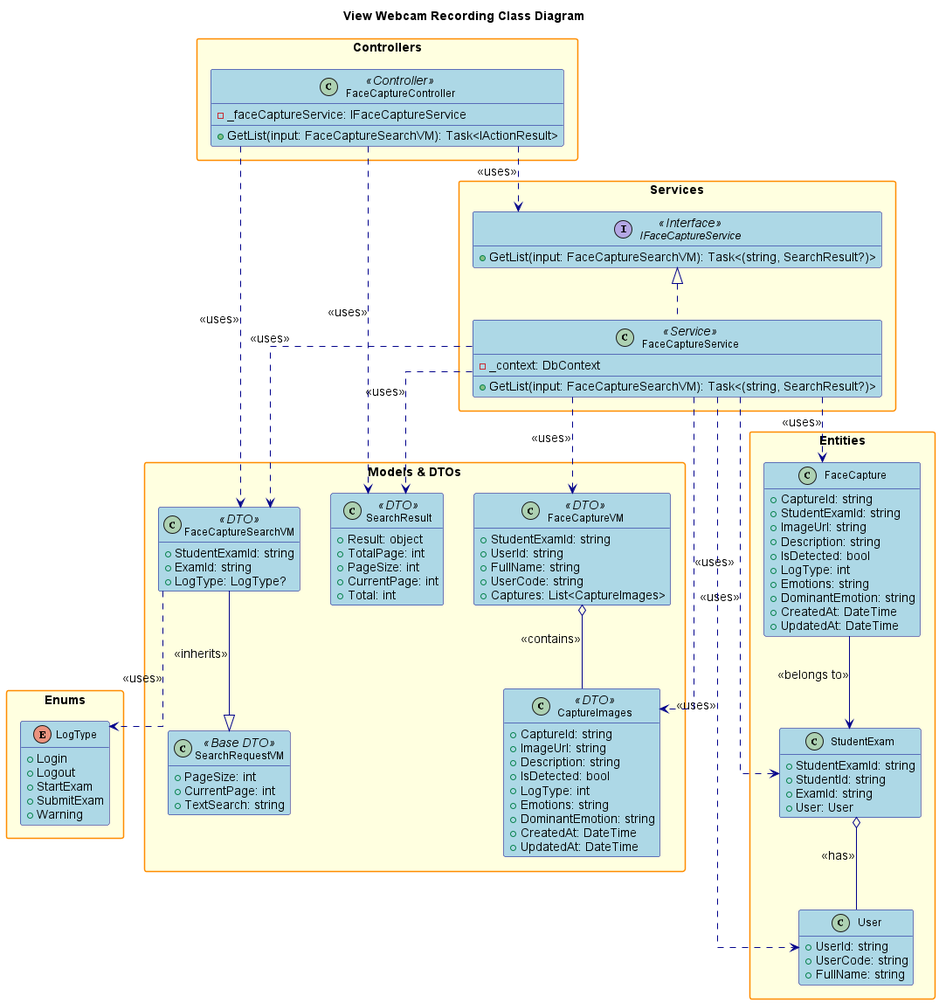
Above: design/out/viewwebcamrecording/viewwebcamrecording.png in conghoan1211/AI-Kiosk-Testing-system (PlantUML), before the change. Source of this version:
```plantuml
@startuml

title View Webcam Recording Class Diagram

hide empty members
skinparam packageStyle rectangle
skinparam linetype ortho
skinparam defaultFontSize 14
skinparam defaultFontName Arial
skinparam classFontSize 12
skinparam classFontName Arial
skinparam noteFontSize 11
skinparam noteFontName Arial

skinparam class {
    BackgroundColor LightBlue
    BorderColor DarkBlue
    ArrowColor DarkBlue
    FontSize 12
}

skinparam package {
    BackgroundColor LightYellow
    BorderColor DarkOrange
    FontSize 14
    FontStyle bold
}

skinparam interface {
    BackgroundColor LightGreen
    BorderColor DarkGreen
    FontSize 12
}

skinparam enum {
    BackgroundColor LightCyan
    BorderColor DarkCyan
    FontSize 12
}

package "Controllers" {
    class FaceCaptureController <<Controller>> {
        - _faceCaptureService: IFaceCaptureService
        + GetList(input: FaceCaptureSearchVM): Task<IActionResult>
    }
}

package "Services" {
    interface IFaceCaptureService <<Interface>> {
        + GetList(input: FaceCaptureSearchVM): Task<(string, SearchResult?)>
    }
    class FaceCaptureService <<Service>> {
        - _context: DbContext
        + GetList(input: FaceCaptureSearchVM): Task<(string, SearchResult?)>
    }
}

package "Models & DTOs" {
    class FaceCaptureSearchVM <<DTO>> {
        + StudentExamId: string
        + ExamId: string
        + LogType: LogType?
    }
    class SearchRequestVM <<Base DTO>> {
        + PageSize: int
        + CurrentPage: int
        + TextSearch: string
    }
    class FaceCaptureVM <<DTO>> {
        + StudentExamId: string
        + UserId: string
        + FullName: string
        + UserCode: string
        + Captures: List<CaptureImages>
    }
    class CaptureImages <<DTO>> {
        + CaptureId: string
        + ImageUrl: string
        + Description: string
        + IsDetected: bool
        + LogType: int
        + Emotions: string
        + DominantEmotion: string
        + CreatedAt: DateTime
        + UpdatedAt: DateTime
    }
    class SearchResult <<DTO>> {
        + Result: object
        + TotalPage: int
        + PageSize: int
        + CurrentPage: int
        + Total: int
    }
}

package "Entities" {
    class FaceCapture {
        + CaptureId: string
        + StudentExamId: string
        + ImageUrl: string
        + Description: string
        + IsDetected: bool
        + LogType: int
        + Emotions: string
        + DominantEmotion: string
        + CreatedAt: DateTime
        + UpdatedAt: DateTime
    }
    class StudentExam {
        + StudentExamId: string
        + StudentId: string
        + ExamId: string
        + User: User
    }
    class User {
        + UserId: string
        + UserCode: string
        + FullName: string
    }
}

package "Enums" {
    enum LogType {
        + Login
        + Logout
        + StartExam
        + SubmitExam
        + Warning
    }
}

FaceCaptureController ..> IFaceCaptureService : <<uses>>
FaceCaptureController ..> FaceCaptureSearchVM : <<uses>>
FaceCaptureController ..> SearchResult : <<uses>>

IFaceCaptureService <|.. FaceCaptureService
FaceCaptureService ..> FaceCapture : <<uses>>
FaceCaptureService ..> StudentExam : <<uses>>
FaceCaptureService ..> User : <<uses>>
FaceCaptureService ..> FaceCaptureSearchVM : <<uses>>
FaceCaptureService ..> SearchResult : <<uses>>
FaceCaptureService ..> FaceCaptureVM : <<uses>>
FaceCaptureService ..> CaptureImages : <<uses>>

FaceCaptureSearchVM --|> SearchRequestVM : <<inherits>>
FaceCaptureSearchVM ..> LogType : <<uses>>

FaceCapture --> StudentExam : <<belongs to>>
StudentExam o-- User : <<has>>
FaceCaptureVM o-- CaptureImages : <<contains>>

@enduml
```
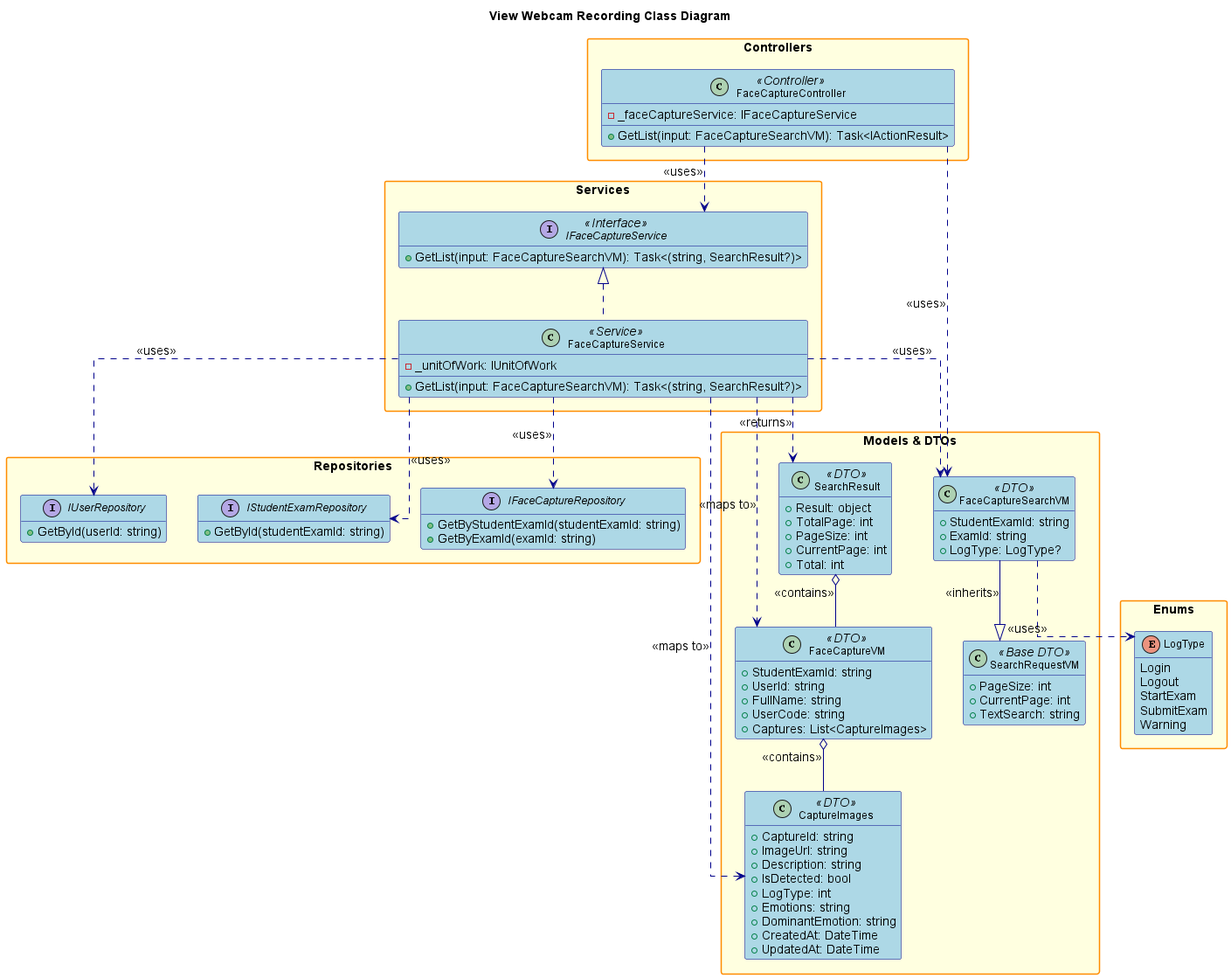
The same file after the commit.

The edit, as a diff of the source:
```diff
@@ -50,8 +50,21 @@
         + GetList(input: FaceCaptureSearchVM): Task<(string, SearchResult?)>
     }
     class FaceCaptureService <<Service>> {
-        - _context: DbContext
+        - _unitOfWork: IUnitOfWork
         + GetList(input: FaceCaptureSearchVM): Task<(string, SearchResult?)>
+    }
+}
+
+package "Repositories" {
+    interface IFaceCaptureRepository {
+        + GetByStudentExamId(studentExamId: string)
+        + GetByExamId(examId: string)
+    }
+    interface IStudentExamRepository {
+        + GetById(studentExamId: string)
+    }
+    interface IUserRepository {
+        + GetById(userId: string)
     }
 }
 
@@ -93,60 +106,29 @@
     }
 }
 
-package "Entities" {
-    class FaceCapture {
-        + CaptureId: string
-        + StudentExamId: string
-        + ImageUrl: string
-        + Description: string
-        + IsDetected: bool
-        + LogType: int
-        + Emotions: string
-        + DominantEmotion: string
-        + CreatedAt: DateTime
-        + UpdatedAt: DateTime
-    }
-    class StudentExam {
-        + StudentExamId: string
-        + StudentId: string
-        + ExamId: string
-        + User: User
-    }
-    class User {
-        + UserId: string
-        + UserCode: string
-        + FullName: string
-    }
-}
-
 package "Enums" {
     enum LogType {
-        + Login
-        + Logout
-        + StartExam
-        + SubmitExam
-        + Warning
+        Login
+        Logout
+        StartExam
+        SubmitExam
+        Warning
     }
 }
 
 FaceCaptureController ..> IFaceCaptureService : <<uses>>
 FaceCaptureController ..> FaceCaptureSearchVM : <<uses>>
-FaceCaptureController ..> SearchResult : <<uses>>
-
 IFaceCaptureService <|.. FaceCaptureService
-FaceCaptureService ..> FaceCapture : <<uses>>
-FaceCaptureService ..> StudentExam : <<uses>>
-FaceCaptureService ..> User : <<uses>>
+FaceCaptureService ..> IFaceCaptureRepository : <<uses>>
+FaceCaptureService ..> IStudentExamRepository : <<uses>>
+FaceCaptureService ..> IUserRepository : <<uses>>
 FaceCaptureService ..> FaceCaptureSearchVM : <<uses>>
-FaceCaptureService ..> SearchResult : <<uses>>
-FaceCaptureService ..> FaceCaptureVM : <<uses>>
-FaceCaptureService ..> CaptureImages : <<uses>>
-
+FaceCaptureService ..> SearchResult : <<returns>>
+FaceCaptureService ..> FaceCaptureVM : <<maps to>>
+FaceCaptureService ..> CaptureImages : <<maps to>>
 FaceCaptureSearchVM --|> SearchRequestVM : <<inherits>>
 FaceCaptureSearchVM ..> LogType : <<uses>>
-
-FaceCapture --> StudentExam : <<belongs to>>
-StudentExam o-- User : <<has>>
 FaceCaptureVM o-- CaptureImages : <<contains>>
+SearchResult o-- FaceCaptureVM : <<contains>>
 
 @enduml
```
